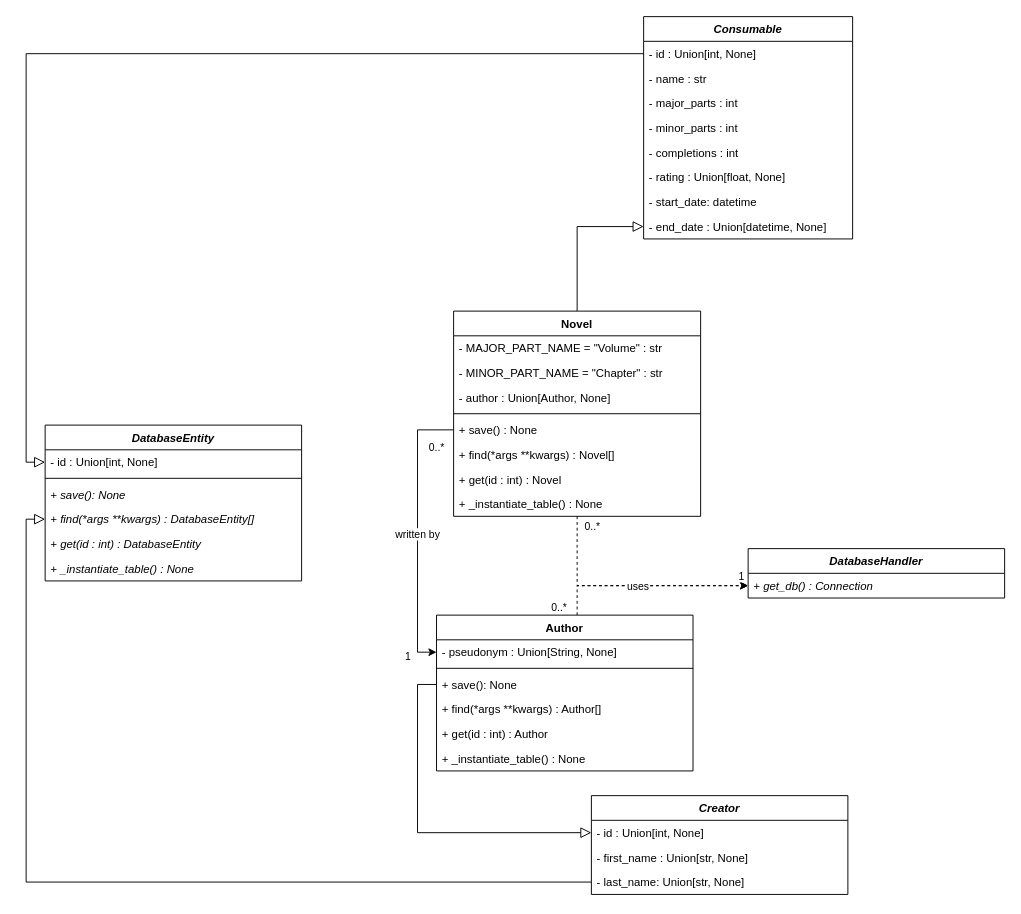
Earlier version of the draw.io diagram docs/classes.drawio (t44dev/ConsumptionCLI). Source tidied: cells renumbered, new cells numbered last; positions are measured from the earlier drawing's top-left corner, leaving out a move shared by most shapes. Both pictures are drawn from the tidied source at 95%, with x=0, y=0 at pixel (45, 16).
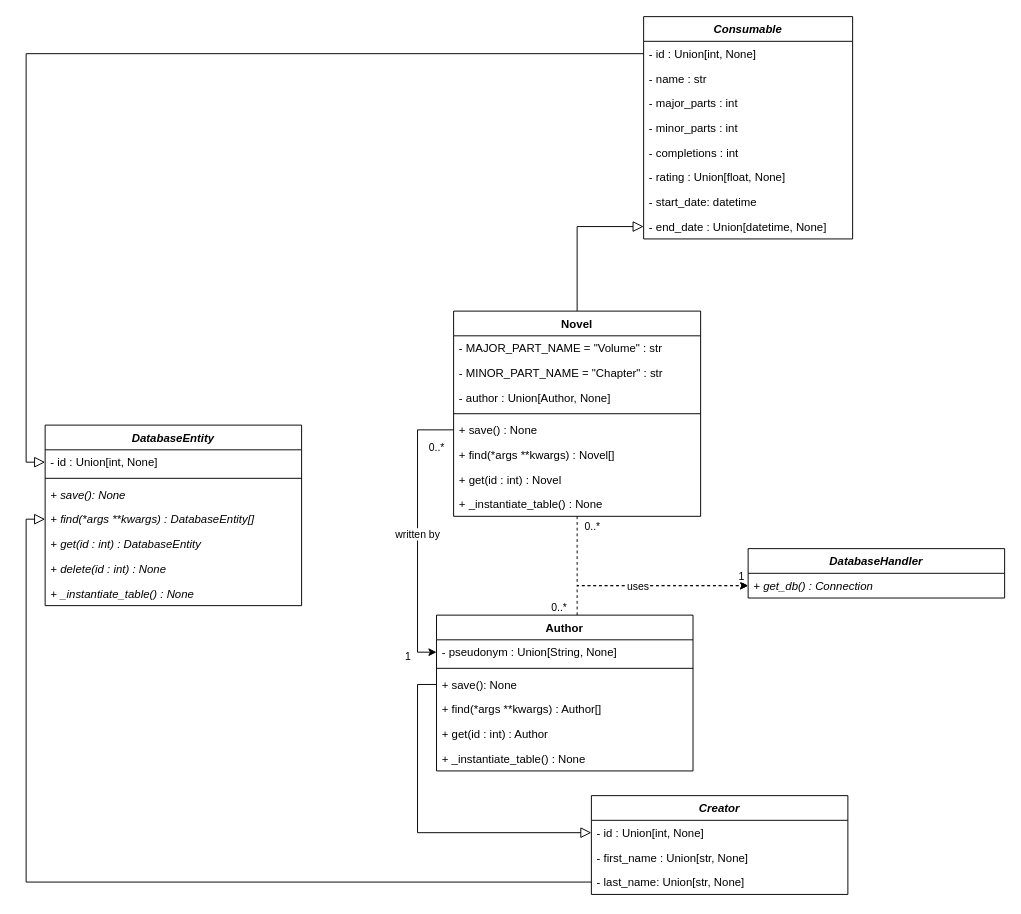
After the change.

Change to the diagram source:
```diff
@@
     <mxCell id="42" value="DatabaseEntity" style="swimlane;fontStyle=3;align=center;verticalAlign=top;horizontal=1;startSize=26;" parent="1" vertex="1">
-      <mxGeometry y="430" width="270" height="164" as="geometry" />
+      <mxGeometry y="430" width="270" height="190" as="geometry" />
     </mxCell>
@@
+    <mxCell id="54" value="+ delete(id : int) : None" style="text;strokeColor=none;fillColor=none;align=left;verticalAlign=top;spacingLeft=4;spacingRight=4;overflow=hidden;fontStyle=2;" parent="42" vertex="1">
+      <mxGeometry y="138" width="270" height="26" as="geometry" />
+    </mxCell>
     <mxCell id="48" value="+ _instantiate_table() : None" style="text;strokeColor=none;fillColor=none;align=left;verticalAlign=top;spacingLeft=4;spacingRight=4;overflow=hidden;fontStyle=2;" parent="42" vertex="1">
-      <mxGeometry y="138" width="270" height="26" as="geometry" />
+      <mxGeometry y="164" width="270" height="26" as="geometry" />
     </mxCell>
```
